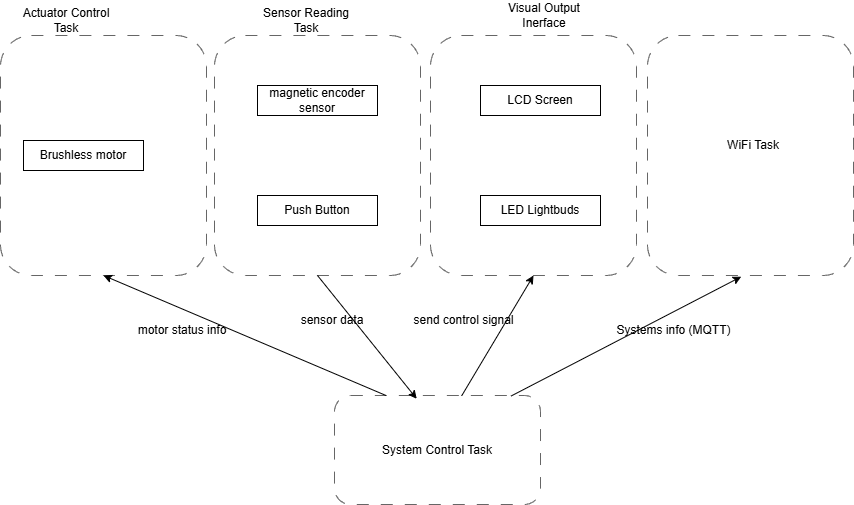
This is 07PT1/07-syst.png from ese5160/final-project-a07g-a14g-t07-studying-team, a draw.io export, as it was before one commit. Source tidied: cells renumbered, new cells last; positions are measured from the earlier drawing's top-left corner, leaving out a move shared by most shapes. Source of this version:
```xml
<mxGraphModel>
  <root>
    <mxCell id="0" />
    <mxCell id="1" parent="0" />
    <mxCell id="2" style="rounded=1;whiteSpace=wrap;html=1;fillColor=#FFFFFF;dashed=1;dashPattern=12 12;fontColor=#333333;strokeColor=#666666;" parent="1" vertex="1">
      <mxGeometry x="334" y="395" width="206" height="109" as="geometry" />
    </mxCell>
    <mxCell id="3" value="System Control Task" style="text;html=1;align=center;verticalAlign=middle;whiteSpace=wrap;rounded=0;" parent="1" vertex="1">
      <mxGeometry x="377" y="434.5" width="120" height="30" as="geometry" />
    </mxCell>
    <mxCell id="4" style="rounded=1;whiteSpace=wrap;html=1;fillColor=#FFFFFF;dashed=1;dashPattern=12 12;fontColor=#333333;strokeColor=#666666;" parent="1" vertex="1">
      <mxGeometry x="214" y="35" width="206" height="240" as="geometry" />
    </mxCell>
    <mxCell id="5" style="rounded=1;whiteSpace=wrap;html=1;fillColor=#FFFFFF;dashed=1;dashPattern=12 12;fontColor=#333333;strokeColor=#666666;" parent="1" vertex="1">
      <mxGeometry y="35" width="206" height="240" as="geometry" />
    </mxCell>
    <mxCell id="6" value="Actuator Control Task" style="text;html=1;align=center;verticalAlign=middle;whiteSpace=wrap;rounded=0;" parent="1" vertex="1">
      <mxGeometry x="10" y="5" width="112" height="30" as="geometry" />
    </mxCell>
    <mxCell id="7" value="Sensor Reading Task" style="text;html=1;align=center;verticalAlign=middle;whiteSpace=wrap;rounded=0;" parent="1" vertex="1">
      <mxGeometry x="250" y="5" width="112" height="30" as="geometry" />
    </mxCell>
    <mxCell id="8" value="magnetic encoder sensor" style="rounded=0;whiteSpace=wrap;html=1;labelBackgroundColor=none;" parent="1" vertex="1">
      <mxGeometry x="257" y="85" width="120" height="30" as="geometry" />
    </mxCell>
    <mxCell id="9" value="Push Button" style="rounded=0;whiteSpace=wrap;html=1;labelBackgroundColor=none;" parent="1" vertex="1">
      <mxGeometry x="257" y="195" width="120" height="30" as="geometry" />
    </mxCell>
    <mxCell id="10" style="endArrow=classic;html=1;rounded=0;exitX=0.5;exitY=1;exitDx=0;exitDy=0;entryX=0.399;entryY=0.03;entryDx=0;entryDy=0;entryPerimeter=0;" parent="1" edge="1" source="4" target="2">
      <mxGeometry relative="1" as="geometry" />
    </mxCell>
    <mxCell id="11" value="sensor data" style="text;html=1;align=center;verticalAlign=middle;whiteSpace=wrap;rounded=0;" parent="1" vertex="1">
      <mxGeometry x="287" y="305" width="90" height="30" as="geometry" />
    </mxCell>
    <mxCell id="12" value="motor status info" style="text;html=1;align=center;verticalAlign=middle;whiteSpace=wrap;rounded=0;" parent="1" vertex="1">
      <mxGeometry x="130" y="315" width="104" height="30" as="geometry" />
    </mxCell>
    <mxCell id="13" value="Brushless motor" style="rounded=0;whiteSpace=wrap;html=1;labelBackgroundColor=none;" parent="1" vertex="1">
      <mxGeometry x="23" y="140" width="120" height="30" as="geometry" />
    </mxCell>
    <mxCell id="14" style="rounded=1;whiteSpace=wrap;html=1;fillColor=#FFFFFF;dashed=1;dashPattern=12 12;fontColor=#333333;strokeColor=#666666;" parent="1" vertex="1">
      <mxGeometry x="430" y="35" width="206" height="240" as="geometry" />
    </mxCell>
    <mxCell id="15" value="Visual Output Inerface" style="text;html=1;align=center;verticalAlign=middle;whiteSpace=wrap;rounded=0;" parent="1" vertex="1">
      <mxGeometry x="488" width="112" height="30" as="geometry" />
    </mxCell>
    <mxCell id="16" style="endArrow=classic;html=1;rounded=0;exitX=0.617;exitY=0.004;exitDx=0;exitDy=0;exitPerimeter=0;entryX=0.5;entryY=1;entryDx=0;entryDy=0;" parent="1" edge="1" source="2" target="14">
      <mxGeometry relative="1" as="geometry" />
    </mxCell>
    <mxCell id="17" value="LED Lightbuds" style="rounded=0;whiteSpace=wrap;html=1;labelBackgroundColor=none;" parent="1" vertex="1">
      <mxGeometry x="480" y="195" width="120" height="30" as="geometry" />
    </mxCell>
    <mxCell id="18" value="LCD Screen" style="rounded=0;whiteSpace=wrap;html=1;labelBackgroundColor=none;" parent="1" vertex="1">
      <mxGeometry x="480" y="85" width="120" height="30" as="geometry" />
    </mxCell>
    <mxCell id="19" value="send control signal" style="text;html=1;align=center;verticalAlign=middle;whiteSpace=wrap;rounded=0;" parent="1" vertex="1">
      <mxGeometry x="400" y="305" width="127" height="30" as="geometry" />
    </mxCell>
    <mxCell id="20" style="endArrow=classic;html=1;rounded=0;exitX=0.25;exitY=0;exitDx=0;exitDy=0;entryX=0.5;entryY=1;entryDx=0;entryDy=0;" parent="1" edge="1" source="2" target="5">
      <mxGeometry relative="1" as="geometry" />
    </mxCell>
    <mxCell id="21" style="rounded=1;whiteSpace=wrap;html=1;fillColor=#FFFFFF;dashed=1;dashPattern=12 12;fontColor=#333333;strokeColor=#666666;" parent="1" vertex="1">
      <mxGeometry x="647" y="35" width="206" height="240" as="geometry" />
    </mxCell>
    <mxCell id="22" value="WiFi Task" style="text;html=1;align=center;verticalAlign=middle;whiteSpace=wrap;rounded=0;" parent="1" vertex="1">
      <mxGeometry x="723" y="130" width="60" height="30" as="geometry" />
    </mxCell>
    <mxCell id="23" style="endArrow=classic;html=1;rounded=0;exitX=0.857;exitY=0.005;exitDx=0;exitDy=0;exitPerimeter=0;entryX=0.455;entryY=1.005;entryDx=0;entryDy=0;entryPerimeter=0;" parent="1" edge="1" source="2" target="21">
      <mxGeometry relative="1" as="geometry" />
    </mxCell>
    <mxCell id="24" value="Systems info (MQTT)" style="text;html=1;align=center;verticalAlign=middle;whiteSpace=wrap;rounded=0;" parent="1" vertex="1">
      <mxGeometry x="610" y="315" width="127" height="30" as="geometry" />
    </mxCell>
  </root>
</mxGraphModel>
```
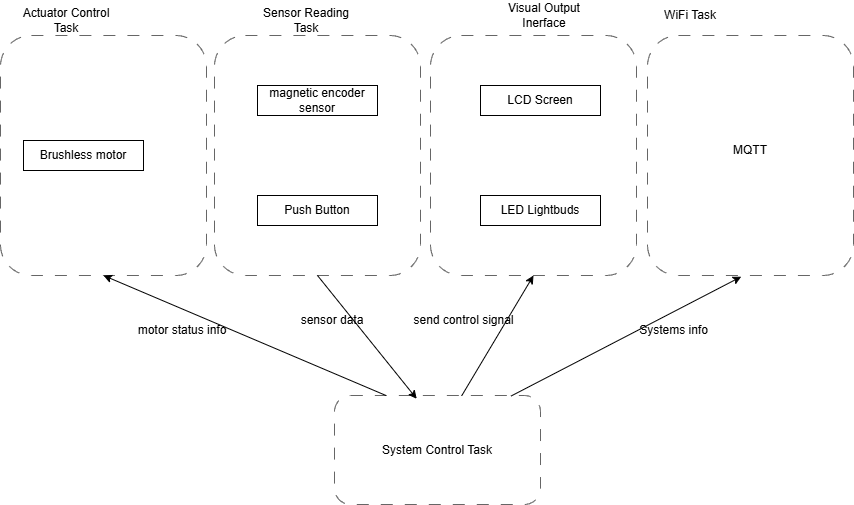
The same file after the commit.

What changed in the source:
```diff
@@ -63,13 +63,16 @@
       <mxGeometry x="647" y="35" width="206" height="240" as="geometry" />
     </mxCell>
     <mxCell id="22" value="WiFi Task" style="text;html=1;align=center;verticalAlign=middle;whiteSpace=wrap;rounded=0;" parent="1" vertex="1">
-      <mxGeometry x="723" y="130" width="60" height="30" as="geometry" />
+      <mxGeometry x="660" width="60" height="30" as="geometry" />
     </mxCell>
     <mxCell id="23" style="endArrow=classic;html=1;rounded=0;exitX=0.857;exitY=0.005;exitDx=0;exitDy=0;exitPerimeter=0;entryX=0.455;entryY=1.005;entryDx=0;entryDy=0;entryPerimeter=0;" parent="1" edge="1" source="2" target="21">
       <mxGeometry relative="1" as="geometry" />
     </mxCell>
-    <mxCell id="24" value="Systems info (MQTT)" style="text;html=1;align=center;verticalAlign=middle;whiteSpace=wrap;rounded=0;" parent="1" vertex="1">
+    <mxCell id="24" value="Systems info" style="text;html=1;align=center;verticalAlign=middle;whiteSpace=wrap;rounded=0;" parent="1" vertex="1">
       <mxGeometry x="610" y="315" width="127" height="30" as="geometry" />
     </mxCell>
+    <mxCell id="25" value="MQTT" style="text;html=1;align=center;verticalAlign=middle;whiteSpace=wrap;rounded=0;" parent="1" vertex="1">
+      <mxGeometry x="720" y="135" width="60" height="30" as="geometry" />
+    </mxCell>
   </root>
 </mxGraphModel>
```
